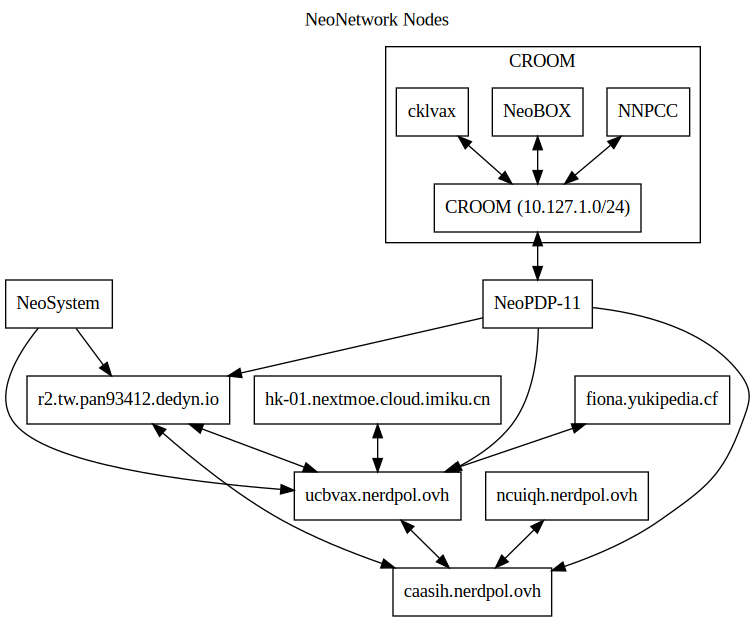
This is nodes.png from NeoCloud/NeoNetwork, a Graphviz export, as it was before one commit. Its source is kept beside it as nodes.dot. Source of this version:
```dot
digraph "NeoNetwork Nodes"
{
	labelloc="t";
	label="NeoNetwork Nodes";
	rankdir=TD
	node [shape=box]
	c [label="caasih.nerdpol.ovh"]
	ucbvax [label="ucbvax.nerdpol.ovh"]
	np11 [label="NeoPDP-11"]
	croom [label="CROOM (10.127.1.0/24)"]
	ns [label="NeoSystem"]
	ncuiqh [label="ncuiqh.nerdpol.ovh"]
	fionaLHS [label="fiona.yukipedia.cf"]
	pan [label="r2.tw.pan93412.dedyn.io"]
        icecat_Explosion [label="hk-01.nextmoe.cloud.imiku.cn"]
	subgraph cluster_croom {
		label = "CROOM";

		NNPCC -> croom [dir=both]
		NeoBOX -> croom [dir=both]
		cklvax -> croom [dir=both]
	}

	croom -> np11 [dir=both]
	np11 -> ucbvax
	np11 -> pan
	np11 -> c
	ucbvax -> c [dir=both]
	ns -> ucbvax
	ncuiqh -> c [dir=both]
	fionaLHS -> ucbvax [dir=both]
	ns -> pan
	icecat_Explosion -> ucbvax [dir=both]
	pan -> ucbvax [dir=both]
	pan -> c [dir=both]
}
```
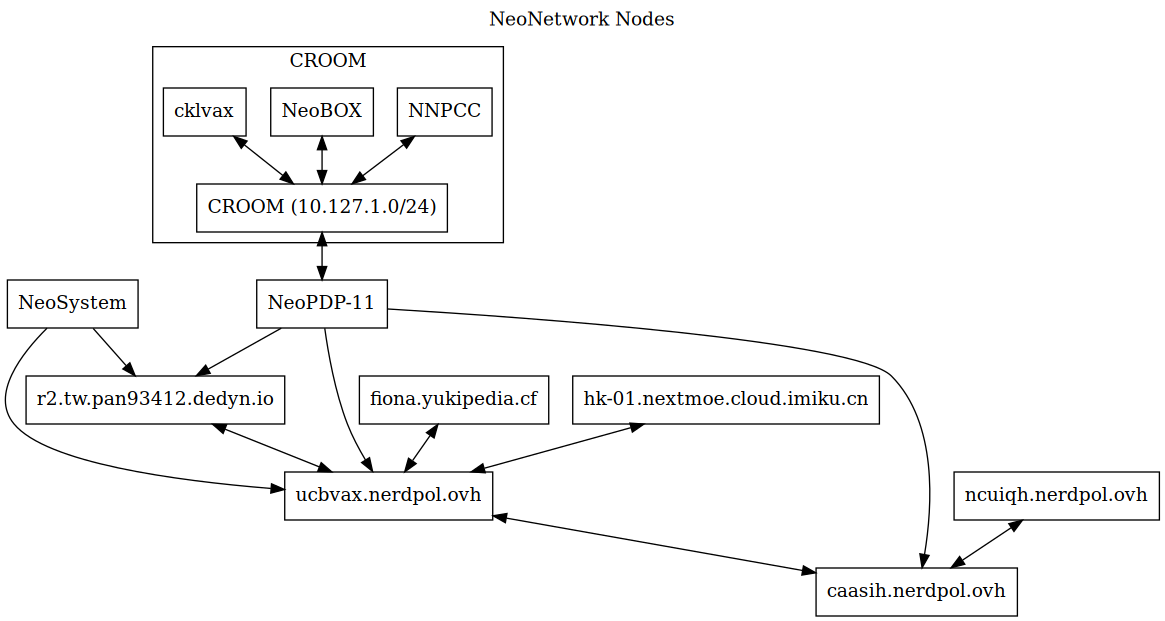
The same file after the commit.

Commit message:
removed a non-existing connection

Diff of the diagram source:
```diff
@@ -32,5 +32,4 @@
 	ns -> pan
 	icecat_Explosion -> ucbvax [dir=both]
 	pan -> ucbvax [dir=both]
-	pan -> c [dir=both]
 }
```
